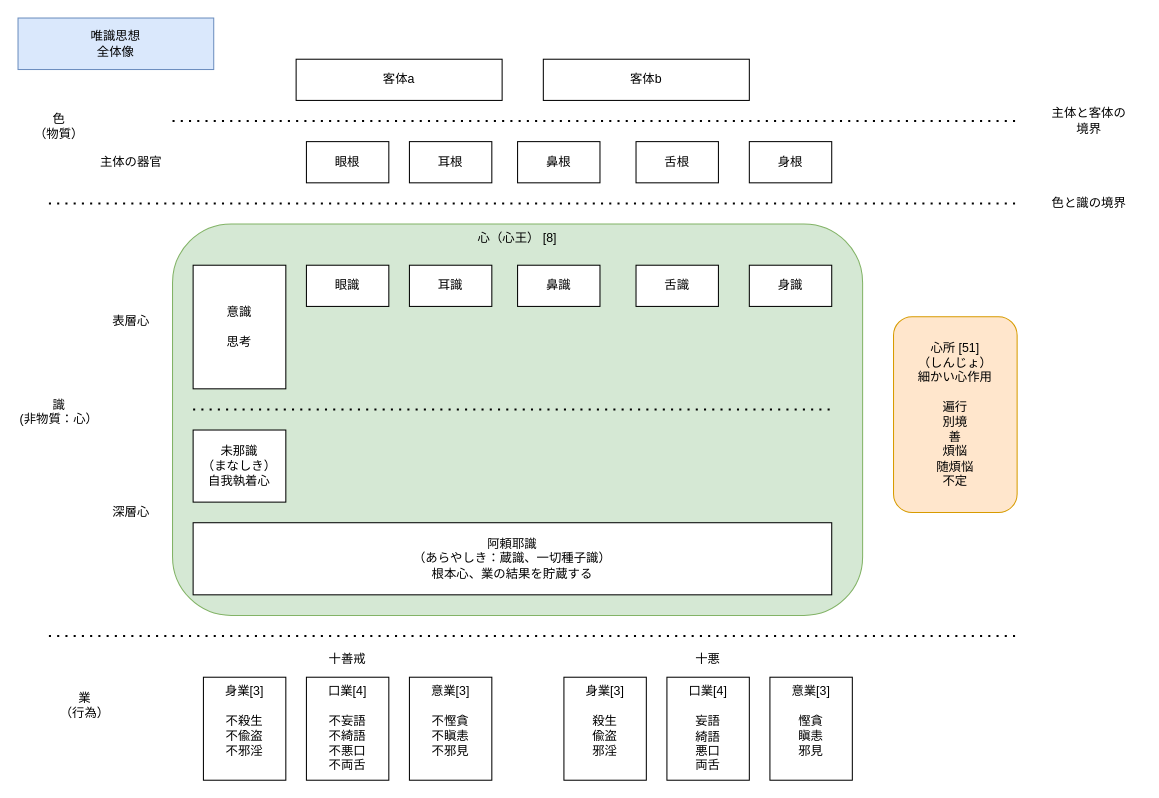
Above: yuishiki.drawio in YossyIto/booklog_drowio (draw.io), before the change. Source tidied: cells renumbered, new cells numbered last; positions are measured from the earlier drawing's top-left corner, leaving out a move shared by most shapes. Both pictures are drawn from the tidied source at 103%, with x=0, y=0 at pixel (18, 18).
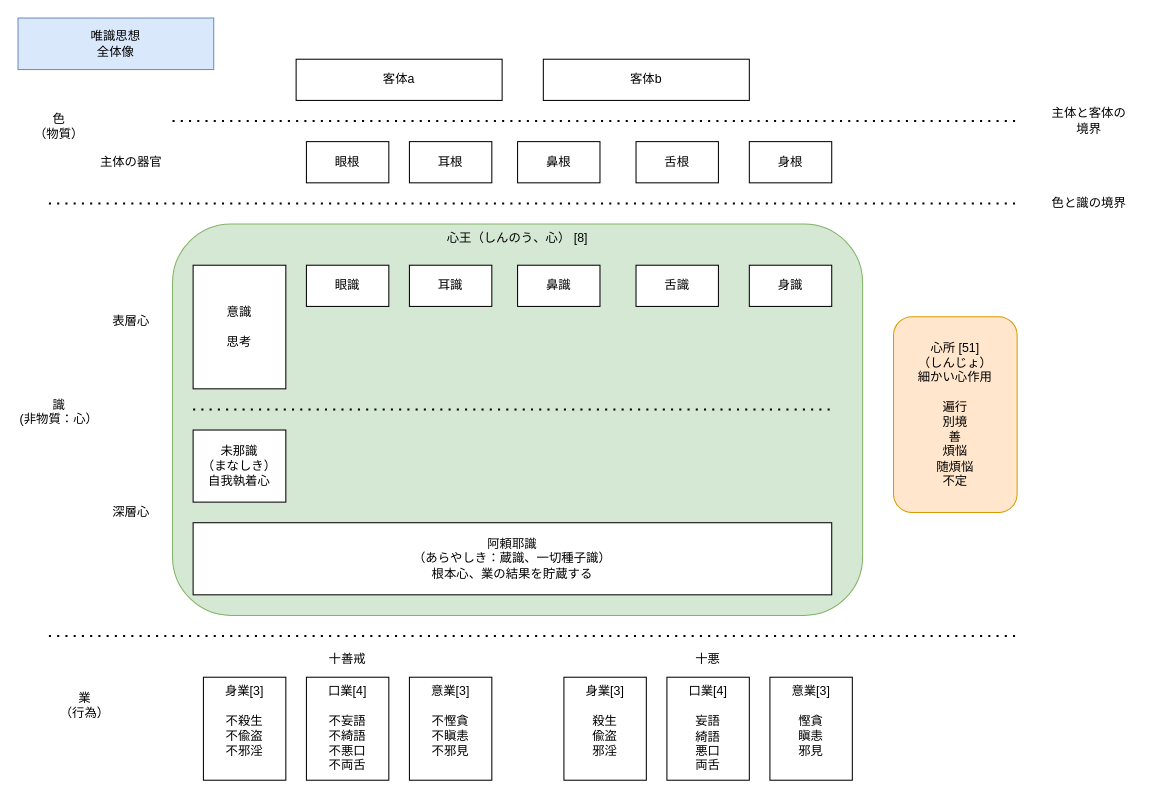
After the change.

Commit message:
yuishiki.drawio を更新します

What changed in the source:
```diff
@@
-    <mxCell id="2" value="心（心王） [8]" style="rounded=1;whiteSpace=wrap;html=1;verticalAlign=top;fillColor=#d5e8d4;strokeColor=#82b366;" parent="1" vertex="1">
+    <mxCell id="2" value="心王（しんのう、心） [8]" style="rounded=1;whiteSpace=wrap;html=1;verticalAlign=top;fillColor=#d5e8d4;strokeColor=#82b366;" parent="1" vertex="1">
       <mxGeometry x="150" y="200" width="670" height="380" as="geometry" />
     </mxCell>
```
